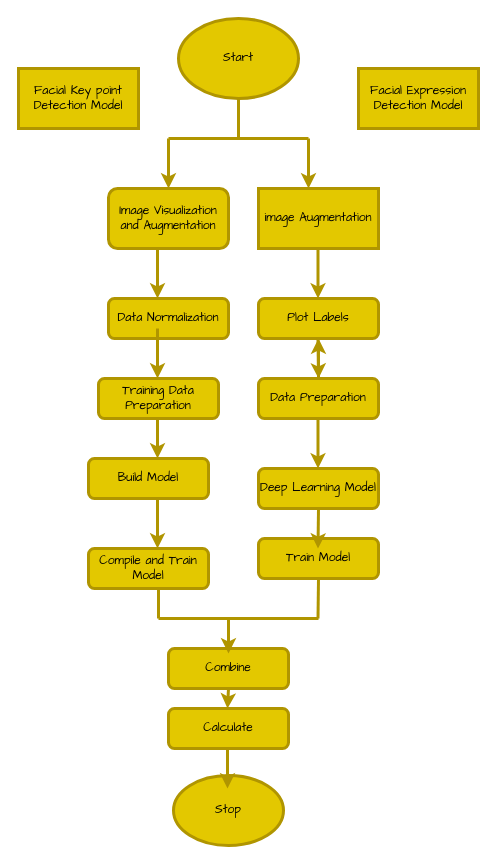
Earlier version of the draw.io diagram Untitled Diagram.drawio (Hailemariam-Moges/github-slideshow). Source tidied: cells renumbered, new cells numbered last; positions are measured from the earlier drawing's top-left corner, leaving out a move shared by most shapes. Both pictures are drawn from the tidied source at 100%, with x=0, y=0 at pixel (18, 18).
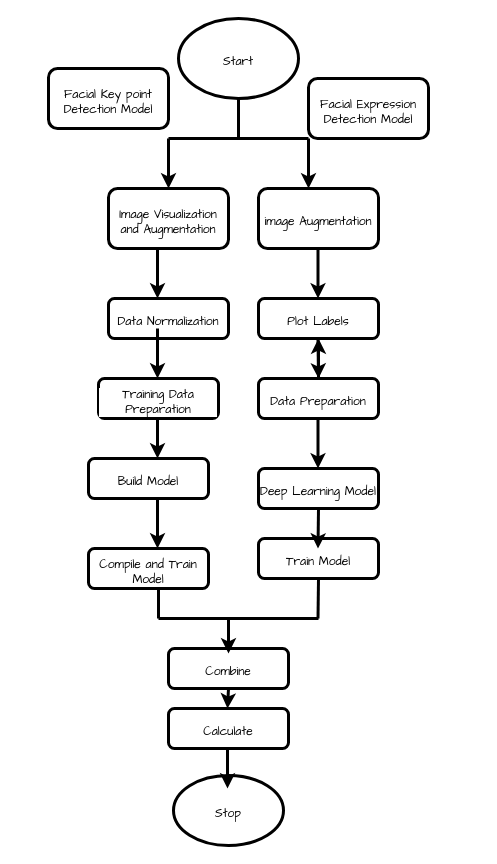
The same page after the edit.

Diff of the diagram source:
```diff
@@
+    <mxCell id="5" value="image Augmentation" style="rounded=1;whiteSpace=wrap;html=1;strokeWidth=3;fontFamily=Comic Sans MS;align=center;labelPosition=center;verticalLabelPosition=middle;verticalAlign=middle;spacingTop=7;" parent="1" vertex="1">
+      <mxGeometry x="240" y="170" width="120" height="60" as="geometry" />
+    </mxCell>
-    <mxCell id="2" value="Image Visualization and Augmentation" style="rounded=1;whiteSpace=wrap;html=1;fontSize=12;glass=0;strokeWidth=3;shadow=0;fillColor=#e3c800;fontColor=#000000;strokeColor=#B09500;fontFamily=Comic Sans MS;" parent="1" vertex="1">
+    <mxCell id="2" value="Image Visualization and Augmentation" style="rounded=1;whiteSpace=wrap;html=1;fontSize=12;glass=0;strokeWidth=3;shadow=0;fontFamily=Comic Sans MS;align=center;labelPosition=center;verticalLabelPosition=middle;verticalAlign=middle;spacingTop=7;" parent="1" vertex="1">
       <mxGeometry x="90" y="170" width="120" height="60" as="geometry" />
     </mxCell>
-    <mxCell id="3" value="Data Normalization" style="rounded=1;whiteSpace=wrap;html=1;fontSize=12;glass=0;strokeWidth=3;shadow=0;fillColor=#e3c800;fontColor=#000000;strokeColor=#B09500;fontFamily=Comic Sans MS;" parent="1" vertex="1">
+    <mxCell id="3" value="Data Normalization" style="rounded=1;whiteSpace=wrap;html=1;fontSize=12;glass=0;strokeWidth=3;shadow=0;fontFamily=Comic Sans MS;align=center;labelPosition=center;verticalLabelPosition=middle;verticalAlign=middle;spacingTop=7;" parent="1" vertex="1">
       <mxGeometry x="90" y="280" width="120" height="40" as="geometry" />
     </mxCell>
-    <mxCell id="4" value="Start" style="ellipse;whiteSpace=wrap;html=1;fillColor=#e3c800;fontColor=#000000;strokeColor=#B09500;strokeWidth=3;fontFamily=Comic Sans MS;" parent="1" vertex="1">
+    <mxCell id="4" value="Start" style="ellipse;whiteSpace=wrap;html=1;strokeWidth=3;fontFamily=Comic Sans MS;rounded=1;align=center;labelPosition=center;verticalLabelPosition=middle;verticalAlign=middle;spacingTop=7;" parent="1" vertex="1">
       <mxGeometry x="160" width="120" height="80" as="geometry" />
     </mxCell>
-    <mxCell id="5" value="image Augmentation" style="rounded=0;whiteSpace=wrap;html=1;fillColor=#e3c800;fontColor=#000000;strokeColor=#B09500;strokeWidth=3;fontFamily=Comic Sans MS;" parent="1" vertex="1">
-      <mxGeometry x="240" y="170" width="120" height="60" as="geometry" />
-    </mxCell>
-    <mxCell id="6" value="Facial Key point Detection Model" style="rounded=0;whiteSpace=wrap;html=1;fillColor=#e3c800;fontColor=#000000;strokeColor=#B09500;strokeWidth=3;fontFamily=Comic Sans MS;" parent="1" vertex="1">
-      <mxGeometry y="50" width="120" height="60" as="geometry" />
+    <mxCell id="6" value="Facial Key point Detection Model" style="rounded=1;whiteSpace=wrap;html=1;strokeWidth=3;fontFamily=Comic Sans MS;align=center;labelPosition=center;verticalLabelPosition=middle;verticalAlign=middle;spacingTop=7;" parent="1" vertex="1">
+      <mxGeometry x="30" y="50" width="120" height="60" as="geometry" />
     </mxCell>
-    <mxCell id="7" value="Facial Expression Detection Model" style="rounded=0;whiteSpace=wrap;html=1;fillColor=#e3c800;fontColor=#000000;strokeColor=#B09500;strokeWidth=3;fontFamily=Comic Sans MS;" parent="1" vertex="1">
-      <mxGeometry x="340" y="50" width="120" height="60" as="geometry" />
+    <mxCell id="7" value="Facial Expression Detection Model" style="rounded=1;whiteSpace=wrap;html=1;strokeWidth=3;fontFamily=Comic Sans MS;align=center;labelPosition=center;verticalLabelPosition=middle;verticalAlign=middle;spacingTop=7;" parent="1" vertex="1">
+      <mxGeometry x="290" y="60" width="120" height="60" as="geometry" />
     </mxCell>
-    <mxCell id="8" style="endArrow=none;html=1;rounded=0;fillColor=#e3c800;strokeColor=#B09500;strokeWidth=3;fontFamily=Comic Sans MS;" parent="1" edge="1">
+    <mxCell id="8" style="endArrow=none;html=1;rounded=1;strokeWidth=3;fontFamily=Comic Sans MS;align=center;labelPosition=center;verticalLabelPosition=middle;verticalAlign=middle;spacingTop=7;" parent="1" edge="1">
       <mxGeometry relative="1" as="geometry">
         <mxPoint x="220" y="120" as="sourcePoint" />
         <mxPoint x="220" y="80" as="targetPoint" />
       </mxGeometry>
     </mxCell>
-    <mxCell id="9" style="endArrow=none;html=1;rounded=0;fillColor=#e3c800;strokeColor=#B09500;strokeWidth=3;fontFamily=Comic Sans MS;" parent="1" edge="1">
+    <mxCell id="9" style="endArrow=none;html=1;rounded=1;strokeWidth=3;fontFamily=Comic Sans MS;align=center;labelPosition=center;verticalLabelPosition=middle;verticalAlign=middle;spacingTop=7;" parent="1" edge="1">
       <mxGeometry relative="1" as="geometry">
         <mxPoint x="290" y="120" as="sourcePoint" />
         <mxPoint x="150" y="120" as="targetPoint" />
         <Array as="points">
           <mxPoint x="290" y="120" />
         </Array>
       </mxGeometry>
     </mxCell>
-    <mxCell id="10" style="endArrow=classic;html=1;rounded=0;fillColor=#e3c800;strokeColor=#B09500;strokeWidth=3;fontFamily=Comic Sans MS;" parent="1" edge="1">
+    <mxCell id="10" style="endArrow=classic;html=1;rounded=1;strokeWidth=3;fontFamily=Comic Sans MS;align=center;labelPosition=center;verticalLabelPosition=middle;verticalAlign=middle;spacingTop=7;" parent="1" edge="1">
       <mxGeometry relative="1" as="geometry">
         <mxPoint x="150" y="120" as="sourcePoint" />
         <mxPoint x="150" y="170" as="targetPoint" />
       </mxGeometry>
     </mxCell>
-    <mxCell id="11" style="endArrow=classic;html=1;rounded=0;fillColor=#e3c800;strokeColor=#B09500;strokeWidth=3;fontFamily=Comic Sans MS;" parent="1" edge="1">
+    <mxCell id="11" style="endArrow=classic;html=1;rounded=1;strokeWidth=3;fontFamily=Comic Sans MS;align=center;labelPosition=center;verticalLabelPosition=middle;verticalAlign=middle;spacingTop=7;" parent="1" edge="1">
       <mxGeometry relative="1" as="geometry">
         <mxPoint x="290" y="120" as="sourcePoint" />
         <mxPoint x="290" y="170" as="targetPoint" />
       </mxGeometry>
     </mxCell>
-    <mxCell id="12" value="Plot Labels" style="rounded=1;whiteSpace=wrap;html=1;fontSize=12;glass=0;strokeWidth=3;shadow=0;fillColor=#e3c800;fontColor=#000000;strokeColor=#B09500;fontFamily=Comic Sans MS;" parent="1" vertex="1">
+    <mxCell id="12" value="Plot Labels" style="rounded=1;whiteSpace=wrap;html=1;fontSize=12;glass=0;strokeWidth=3;shadow=0;fontFamily=Comic Sans MS;align=center;labelPosition=center;verticalLabelPosition=middle;verticalAlign=middle;spacingTop=7;" parent="1" vertex="1">
       <mxGeometry x="240" y="280" width="120" height="40" as="geometry" />
     </mxCell>
-    <mxCell id="13" value="Training Data Preparation" style="rounded=1;whiteSpace=wrap;html=1;fontSize=12;glass=0;strokeWidth=3;shadow=0;fillColor=#e3c800;fontColor=#000000;strokeColor=#B09500;fontFamily=Comic Sans MS;" parent="1" vertex="1">
+    <mxCell id="13" value="Training Data Preparation" style="rounded=1;whiteSpace=wrap;html=1;fontSize=12;glass=0;strokeWidth=3;shadow=0;fontFamily=Comic Sans MS;align=center;labelPosition=center;verticalLabelPosition=middle;verticalAlign=middle;spacingTop=7;labelBackgroundColor=default;" parent="1" vertex="1">
       <mxGeometry x="80" y="360" width="120" height="40" as="geometry" />
     </mxCell>
-    <mxCell id="14" style="edgeStyle=orthogonalEdgeStyle;rounded=0;jettySize=auto;html=1;fillColor=#e3c800;strokeColor=#B09500;strokeWidth=3;fontFamily=Comic Sans MS;" parent="1" edge="1" source="15" target="12">
+    <mxCell id="14" style="edgeStyle=orthogonalEdgeStyle;rounded=1;jettySize=auto;html=1;strokeWidth=3;fontFamily=Comic Sans MS;align=center;labelPosition=center;verticalLabelPosition=middle;verticalAlign=middle;spacingTop=7;" parent="1" edge="1" source="15" target="12">
       <mxGeometry relative="1" as="geometry" />
     </mxCell>
-    <mxCell id="15" value="Data Preparation" style="rounded=1;whiteSpace=wrap;html=1;fontSize=12;glass=0;strokeWidth=3;shadow=0;fillColor=#e3c800;fontColor=#000000;strokeColor=#B09500;fontFamily=Comic Sans MS;" parent="1" vertex="1">
+    <mxCell id="15" value="Data Preparation" style="rounded=1;whiteSpace=wrap;html=1;fontSize=12;glass=0;strokeWidth=3;shadow=0;fontFamily=Comic Sans MS;align=center;labelPosition=center;verticalLabelPosition=middle;verticalAlign=middle;spacingTop=7;" parent="1" vertex="1">
       <mxGeometry x="240" y="360" width="120" height="40" as="geometry" />
     </mxCell>
-    <mxCell id="16" value="Build Model" style="rounded=1;whiteSpace=wrap;html=1;fontSize=12;glass=0;strokeWidth=3;shadow=0;fillColor=#e3c800;fontColor=#000000;strokeColor=#B09500;fontFamily=Comic Sans MS;" parent="1" vertex="1">
+    <mxCell id="16" value="Build Model" style="rounded=1;whiteSpace=wrap;html=1;fontSize=12;glass=0;strokeWidth=3;shadow=0;fontFamily=Comic Sans MS;align=center;labelPosition=center;verticalLabelPosition=middle;verticalAlign=middle;spacingTop=7;" parent="1" vertex="1">
       <mxGeometry x="70" y="440" width="120" height="40" as="geometry" />
     </mxCell>
-    <mxCell id="17" value="Deep Learning Model" style="rounded=1;whiteSpace=wrap;html=1;fontSize=12;glass=0;strokeWidth=3;shadow=0;fillColor=#e3c800;fontColor=#000000;strokeColor=#B09500;fontFamily=Comic Sans MS;" parent="1" vertex="1">
+    <mxCell id="17" value="Deep Learning Model" style="rounded=1;whiteSpace=wrap;html=1;fontSize=12;glass=0;strokeWidth=3;shadow=0;fontFamily=Comic Sans MS;align=center;labelPosition=center;verticalLabelPosition=middle;verticalAlign=middle;spacingTop=7;" parent="1" vertex="1">
       <mxGeometry x="240" y="450" width="120" height="40" as="geometry" />
     </mxCell>
-    <mxCell id="18" value="Compile and Train Model" style="rounded=1;whiteSpace=wrap;html=1;fontSize=12;glass=0;strokeWidth=3;shadow=0;fillColor=#e3c800;fontColor=#000000;strokeColor=#B09500;fontFamily=Comic Sans MS;" parent="1" vertex="1">
+    <mxCell id="18" value="Compile and Train Model" style="rounded=1;whiteSpace=wrap;html=1;fontSize=12;glass=0;strokeWidth=3;shadow=0;fontFamily=Comic Sans MS;align=center;labelPosition=center;verticalLabelPosition=middle;verticalAlign=middle;spacingTop=7;" parent="1" vertex="1">
       <mxGeometry x="70" y="530" width="120" height="40" as="geometry" />
     </mxCell>
-    <mxCell id="19" value="Train Model" style="rounded=1;whiteSpace=wrap;html=1;fontSize=12;glass=0;strokeWidth=3;shadow=0;fillColor=#e3c800;fontColor=#000000;strokeColor=#B09500;fontFamily=Comic Sans MS;" parent="1" vertex="1">
+    <mxCell id="19" value="Train Model" style="rounded=1;whiteSpace=wrap;html=1;fontSize=12;glass=0;strokeWidth=3;shadow=0;fontFamily=Comic Sans MS;align=center;labelPosition=center;verticalLabelPosition=middle;verticalAlign=middle;spacingTop=7;" parent="1" vertex="1">
       <mxGeometry x="240" y="520" width="120" height="40" as="geometry" />
     </mxCell>
-    <mxCell id="20" value="Combine" style="rounded=1;whiteSpace=wrap;html=1;fontSize=12;glass=0;strokeWidth=3;shadow=0;fillColor=#e3c800;fontColor=#000000;strokeColor=#B09500;fontFamily=Comic Sans MS;" parent="1" vertex="1">
+    <mxCell id="20" value="Combine" style="rounded=1;whiteSpace=wrap;html=1;fontSize=12;glass=0;strokeWidth=3;shadow=0;fontFamily=Comic Sans MS;align=center;labelPosition=center;verticalLabelPosition=middle;verticalAlign=middle;spacingTop=7;" parent="1" vertex="1">
       <mxGeometry x="150" y="630" width="120" height="40" as="geometry" />
     </mxCell>
-    <mxCell id="21" value="Calculate" style="rounded=1;whiteSpace=wrap;html=1;fontSize=12;glass=0;strokeWidth=3;shadow=0;fillColor=#e3c800;fontColor=#000000;strokeColor=#B09500;fontFamily=Comic Sans MS;" parent="1" vertex="1">
+    <mxCell id="21" value="Calculate" style="rounded=1;whiteSpace=wrap;html=1;fontSize=12;glass=0;strokeWidth=3;shadow=0;fontFamily=Comic Sans MS;align=center;labelPosition=center;verticalLabelPosition=middle;verticalAlign=middle;spacingTop=7;" parent="1" vertex="1">
       <mxGeometry x="150" y="690" width="120" height="40" as="geometry" />
     </mxCell>
-    <mxCell id="22" value="Stop" style="ellipse;whiteSpace=wrap;html=1;fillColor=#e3c800;fontColor=#000000;strokeColor=#B09500;strokeWidth=3;fontFamily=Comic Sans MS;" parent="1" vertex="1">
+    <mxCell id="22" value="Stop" style="ellipse;whiteSpace=wrap;html=1;strokeWidth=3;fontFamily=Comic Sans MS;rounded=1;align=center;labelPosition=center;verticalLabelPosition=middle;verticalAlign=middle;spacingTop=7;" parent="1" vertex="1">
       <mxGeometry x="155" y="757" width="110" height="70" as="geometry" />
     </mxCell>
-    <mxCell id="23" style="endArrow=classic;html=1;rounded=0;fillColor=#e3c800;strokeColor=#B09500;strokeWidth=3;fontFamily=Comic Sans MS;" parent="1" edge="1">
+    <mxCell id="23" style="endArrow=classic;html=1;rounded=1;strokeWidth=3;fontFamily=Comic Sans MS;align=center;labelPosition=center;verticalLabelPosition=middle;verticalAlign=middle;spacingTop=7;" parent="1" edge="1">
       <mxGeometry relative="1" as="geometry">
         <mxPoint x="139" y="230" as="sourcePoint" />
         <mxPoint x="139" y="280" as="targetPoint" />
       </mxGeometry>
     </mxCell>
-    <mxCell id="24" style="endArrow=classic;html=1;rounded=0;fillColor=#e3c800;strokeColor=#B09500;strokeWidth=3;fontFamily=Comic Sans MS;" parent="1" edge="1">
+    <mxCell id="24" style="endArrow=classic;html=1;rounded=1;strokeWidth=3;fontFamily=Comic Sans MS;align=center;labelPosition=center;verticalLabelPosition=middle;verticalAlign=middle;spacingTop=7;" parent="1" edge="1">
       <mxGeometry relative="1" as="geometry">
         <mxPoint x="299.5" y="230" as="sourcePoint" />
         <mxPoint x="299.5" y="280" as="targetPoint" />
       </mxGeometry>
     </mxCell>
-    <mxCell id="25" style="endArrow=classic;html=1;rounded=0;fillColor=#e3c800;strokeColor=#B09500;strokeWidth=3;fontFamily=Comic Sans MS;" parent="1" edge="1">
+    <mxCell id="25" style="endArrow=classic;html=1;rounded=1;strokeWidth=3;fontFamily=Comic Sans MS;align=center;labelPosition=center;verticalLabelPosition=middle;verticalAlign=middle;spacingTop=7;" parent="1" edge="1">
       <mxGeometry relative="1" as="geometry">
         <mxPoint x="139" y="310" as="sourcePoint" />
         <mxPoint x="139" y="360" as="targetPoint" />
       </mxGeometry>
     </mxCell>
-    <mxCell id="26" style="endArrow=classic;html=1;rounded=0;fillColor=#e3c800;strokeColor=#B09500;strokeWidth=3;fontFamily=Comic Sans MS;" parent="1" edge="1">
+    <mxCell id="26" style="endArrow=classic;html=1;rounded=1;strokeWidth=3;fontFamily=Comic Sans MS;align=center;labelPosition=center;verticalLabelPosition=middle;verticalAlign=middle;spacingTop=7;" parent="1" edge="1">
       <mxGeometry relative="1" as="geometry">
         <mxPoint x="299.5" y="320" as="sourcePoint" />
         <mxPoint x="300" y="360" as="targetPoint" />
       </mxGeometry>
     </mxCell>
-    <mxCell id="27" style="endArrow=classic;html=1;rounded=0;fillColor=#e3c800;strokeColor=#B09500;strokeWidth=3;fontFamily=Comic Sans MS;" parent="1" edge="1">
+    <mxCell id="27" style="endArrow=classic;html=1;rounded=1;strokeWidth=3;fontFamily=Comic Sans MS;align=center;labelPosition=center;verticalLabelPosition=middle;verticalAlign=middle;spacingTop=7;" parent="1" edge="1">
       <mxGeometry relative="1" as="geometry">
         <mxPoint x="299.5" y="400" as="sourcePoint" />
         <mxPoint x="299.5" y="450" as="targetPoint" />
       </mxGeometry>
     </mxCell>
-    <mxCell id="28" style="endArrow=classic;html=1;rounded=0;fillColor=#e3c800;strokeColor=#B09500;strokeWidth=3;fontFamily=Comic Sans MS;" parent="1" edge="1">
+    <mxCell id="28" style="endArrow=classic;html=1;rounded=1;strokeWidth=3;fontFamily=Comic Sans MS;align=center;labelPosition=center;verticalLabelPosition=middle;verticalAlign=middle;spacingTop=7;" parent="1" edge="1">
       <mxGeometry relative="1" as="geometry">
         <mxPoint x="139" y="400" as="sourcePoint" />
         <mxPoint x="139" y="440" as="targetPoint" />
       </mxGeometry>
     </mxCell>
-    <mxCell id="29" style="endArrow=classic;html=1;rounded=0;fillColor=#e3c800;strokeColor=#B09500;strokeWidth=3;fontFamily=Comic Sans MS;" parent="1" edge="1">
+    <mxCell id="29" style="endArrow=classic;html=1;rounded=1;strokeWidth=3;fontFamily=Comic Sans MS;align=center;labelPosition=center;verticalLabelPosition=middle;verticalAlign=middle;spacingTop=7;" parent="1" edge="1">
       <mxGeometry relative="1" as="geometry">
         <mxPoint x="300" y="490" as="sourcePoint" />
         <mxPoint x="299.5" y="530" as="targetPoint" />
       </mxGeometry>
     </mxCell>
-    <mxCell id="30" style="endArrow=classic;html=1;rounded=0;fillColor=#e3c800;strokeColor=#B09500;strokeWidth=3;fontFamily=Comic Sans MS;" parent="1" edge="1">
+    <mxCell id="30" style="endArrow=classic;html=1;rounded=1;strokeWidth=3;fontFamily=Comic Sans MS;align=center;labelPosition=center;verticalLabelPosition=middle;verticalAlign=middle;spacingTop=7;" parent="1" edge="1">
       <mxGeometry relative="1" as="geometry">
         <mxPoint x="139" y="480" as="sourcePoint" />
         <mxPoint x="139" y="530" as="targetPoint" />
       </mxGeometry>
     </mxCell>
-    <mxCell id="31" style="endArrow=none;html=1;rounded=0;fillColor=#e3c800;strokeColor=#B09500;strokeWidth=3;fontFamily=Comic Sans MS;" parent="1" edge="1">
+    <mxCell id="31" style="endArrow=none;html=1;rounded=1;strokeWidth=3;fontFamily=Comic Sans MS;align=center;labelPosition=center;verticalLabelPosition=middle;verticalAlign=middle;spacingTop=7;" parent="1" edge="1">
       <mxGeometry relative="1" as="geometry">
         <mxPoint x="140" y="600" as="sourcePoint" />
         <mxPoint x="140" y="570" as="targetPoint" />
       </mxGeometry>
     </mxCell>
-    <mxCell id="32" style="endArrow=none;html=1;rounded=0;entryX=0.5;entryY=1;entryDx=0;entryDy=0;fillColor=#e3c800;strokeColor=#B09500;strokeWidth=3;fontFamily=Comic Sans MS;" parent="1" edge="1" target="19">
+    <mxCell id="32" style="endArrow=none;html=1;rounded=1;entryX=0.5;entryY=1;entryDx=0;entryDy=0;strokeWidth=3;fontFamily=Comic Sans MS;align=center;labelPosition=center;verticalLabelPosition=middle;verticalAlign=middle;spacingTop=7;" parent="1" edge="1" target="19">
       <mxGeometry relative="1" as="geometry">
         <mxPoint x="299.5" y="600" as="sourcePoint" />
       </mxGeometry>
     </mxCell>
-    <mxCell id="33" style="endArrow=none;html=1;rounded=0;fillColor=#e3c800;strokeColor=#B09500;strokeWidth=3;fontFamily=Comic Sans MS;" parent="1" edge="1">
+    <mxCell id="33" style="endArrow=none;html=1;rounded=1;strokeWidth=3;fontFamily=Comic Sans MS;align=center;labelPosition=center;verticalLabelPosition=middle;verticalAlign=middle;spacingTop=7;" parent="1" edge="1">
       <mxGeometry relative="1" as="geometry">
         <mxPoint x="300" y="600" as="sourcePoint" />
         <mxPoint x="140" y="600" as="targetPoint" />
       </mxGeometry>
     </mxCell>
-    <mxCell id="34" style="endArrow=classic;html=1;rounded=0;fillColor=#e3c800;strokeColor=#B09500;strokeWidth=3;fontFamily=Comic Sans MS;" parent="1" edge="1">
+    <mxCell id="34" style="endArrow=classic;html=1;rounded=1;strokeWidth=3;fontFamily=Comic Sans MS;align=center;labelPosition=center;verticalLabelPosition=middle;verticalAlign=middle;spacingTop=7;" parent="1" edge="1">
       <mxGeometry relative="1" as="geometry">
         <mxPoint x="210" y="600" as="sourcePoint" />
         <mxPoint x="210" y="635" as="targetPoint" />
       </mxGeometry>
     </mxCell>
-    <mxCell id="35" style="endArrow=classic;html=1;rounded=0;fillColor=#e3c800;strokeColor=#B09500;strokeWidth=3;fontFamily=Comic Sans MS;" parent="1" edge="1">
+    <mxCell id="35" style="endArrow=classic;html=1;rounded=1;strokeWidth=3;fontFamily=Comic Sans MS;align=center;labelPosition=center;verticalLabelPosition=middle;verticalAlign=middle;spacingTop=7;" parent="1" edge="1">
       <mxGeometry relative="1" as="geometry">
         <mxPoint x="210" y="670" as="sourcePoint" />
         <mxPoint x="209" y="690" as="targetPoint" />
       </mxGeometry>
     </mxCell>
-    <mxCell id="36" style="endArrow=classic;html=1;rounded=0;fillColor=#e3c800;strokeColor=#B09500;strokeWidth=3;fontFamily=Comic Sans MS;" parent="1" edge="1">
+    <mxCell id="36" style="endArrow=classic;html=1;rounded=1;strokeWidth=3;fontFamily=Comic Sans MS;align=center;labelPosition=center;verticalLabelPosition=middle;verticalAlign=middle;spacingTop=7;" parent="1" edge="1">
       <mxGeometry relative="1" as="geometry">
         <mxPoint x="209" y="730" as="sourcePoint" />
         <mxPoint x="209" y="770" as="targetPoint" />
       </mxGeometry>
     </mxCell>
```
